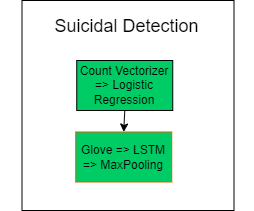
This is report/suic.png from Better-Call-Soul/Soul-AI, a draw.io export, as it was before one commit. Source tidied: cells renumbered, new cells last; positions are measured from the earlier drawing's top-left corner, leaving out a move shared by most shapes.
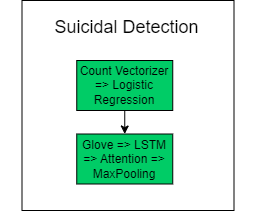
The same file after the commit.

What changed in the source:
```diff
@@ -8,14 +8,14 @@
     <mxCell id="3" value="&lt;font style=&quot;font-size: 18px;&quot;&gt;Suicidal Detection&lt;/font&gt;" style="text;html=1;strokeColor=none;fillColor=none;align=center;verticalAlign=middle;whiteSpace=wrap;rounded=0;" parent="1" vertex="1">
       <mxGeometry y="11.5" width="252.5" height="30" as="geometry" />
     </mxCell>
-    <mxCell id="4" value="Glove =&amp;gt; LSTM&lt;br&gt;=&amp;gt; MaxPooling" style="rounded=0;whiteSpace=wrap;html=1;fillColor=#00CC66;strokeColor=#CC6600;" parent="1" vertex="1">
-      <mxGeometry x="75.2" y="131.5" width="96" height="50" as="geometry" />
-    </mxCell>
-    <mxCell id="5" style="edgeStyle=none;html=1;exitX=0.5;exitY=1;exitDx=0;exitDy=0;entryX=0.5;entryY=0;entryDx=0;entryDy=0;" parent="1" edge="1" source="6" target="4">
-      <mxGeometry relative="1" as="geometry" />
-    </mxCell>
+    <mxCell id="7" style="edgeStyle=none;html=1;" parent="1" edge="1" source="6" target="8">
+      <mxGeometry relative="1" as="geometry" />
+    </mxCell>
     <mxCell id="6" value="Count Vectorizer =&amp;gt; Logistic Regression" style="rounded=0;whiteSpace=wrap;html=1;fillColor=#00CC66;" parent="1" vertex="1">
       <mxGeometry x="76.2" y="60" width="96" height="50" as="geometry" />
     </mxCell>
+    <mxCell id="8" value="Glove =&amp;gt; LSTM&lt;br&gt;=&amp;gt; Attention =&amp;gt; MaxPooling" style="rounded=0;whiteSpace=wrap;html=1;fillColor=#00CC66;" parent="1" vertex="1">
+      <mxGeometry x="76.2" y="133.5" width="96" height="50" as="geometry" />
+    </mxCell>
   </root>
 </mxGraphModel>
```
